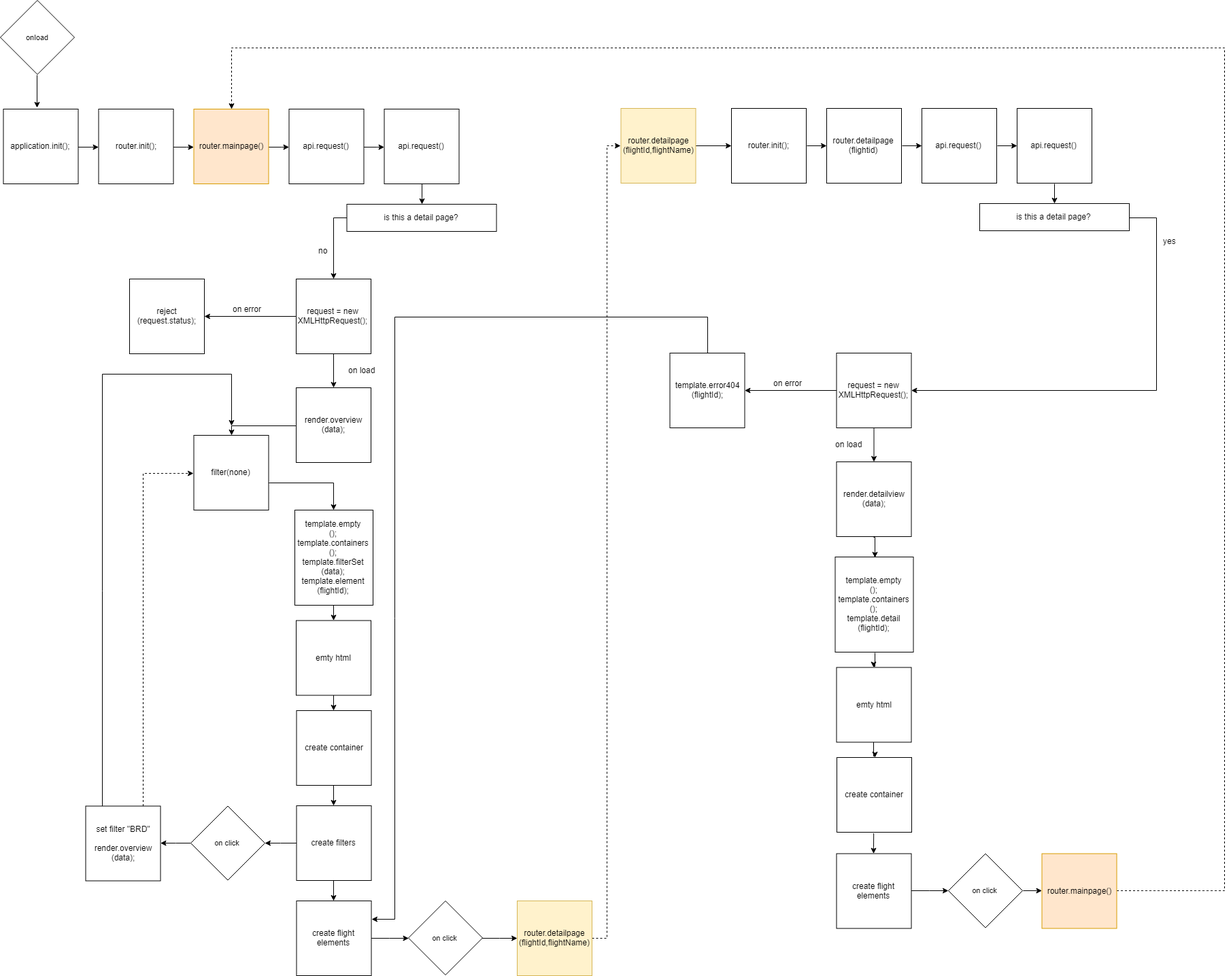
stijn-aa/stijn-aa.github.io keeps this draw.io diagram as week2/Untitled Diagram.png. Above is the earlier version. Source tidied: cells renumbered, new cells last; positions are measured from the earlier drawing's top-left corner, leaving out a move shared by most shapes.
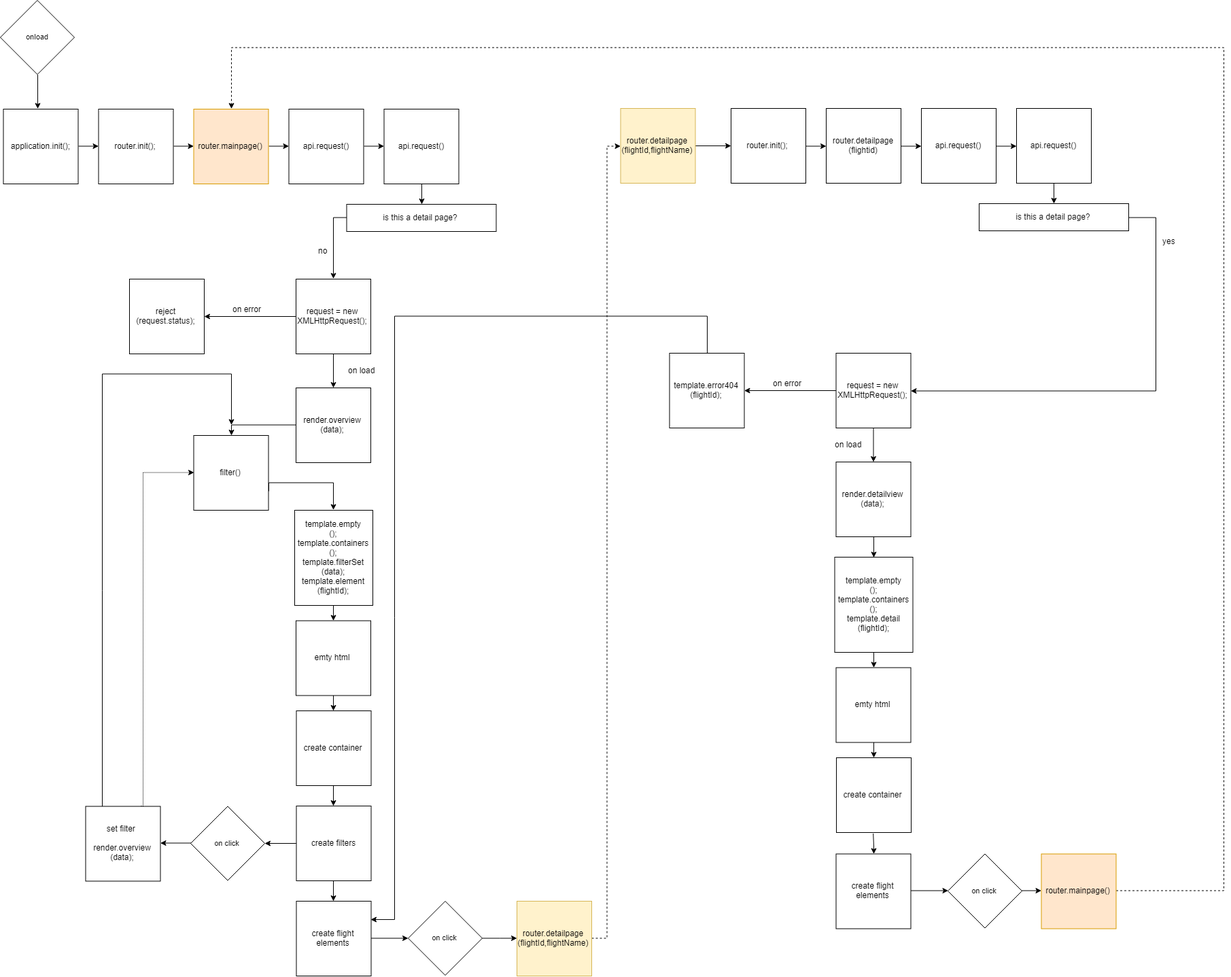
The same file after the commit.

The edit, as a diff of the source:
```diff
@@ -229,7 +229,7 @@
     <mxCell id="70" value="&lt;div&gt;router.detailpage&lt;/div&gt;&lt;div&gt;(flightId,flightName)&lt;/div&gt;" style="whiteSpace=wrap;html=1;fillColor=#fff2cc;strokeColor=#d6b656;" parent="1" vertex="1">
       <mxGeometry x="760" y="1325" width="110" height="110" as="geometry" />
     </mxCell>
-    <mxCell id="71" style="edgeStyle=orthogonalEdgeStyle;rounded=0;jettySize=auto;html=1;entryX=0;entryY=0.5;entryDx=0;entryDy=0;dashed=1;" parent="1" edge="1" source="73" target="75">
+    <mxCell id="71" style="edgeStyle=orthogonalEdgeStyle;rounded=0;jettySize=auto;html=1;entryX=0;entryY=0.5;entryDx=0;entryDy=0;dashed=1;dashPattern=1 1;" parent="1" edge="1" source="73" target="75">
       <mxGeometry relative="1" as="geometry">
         <Array as="points">
           <mxPoint x="210" y="695" />
@@ -247,7 +247,7 @@
         </Array>
       </mxGeometry>
     </mxCell>
-    <mxCell id="73" value="&lt;div&gt;set filter &quot;BRD&quot;&lt;/div&gt;&lt;div&gt;&lt;br&gt;&lt;/div&gt;&lt;div&gt;render.overview&lt;/div&gt;&lt;div&gt;(data);&lt;br&gt;&lt;/div&gt;" style="whiteSpace=wrap;html=1;" parent="1" vertex="1">
+    <mxCell id="73" value="&lt;div&gt;set filter&amp;nbsp;&lt;/div&gt;&lt;div&gt;&lt;br&gt;&lt;/div&gt;&lt;div&gt;render.overview&lt;/div&gt;&lt;div&gt;(data);&lt;br&gt;&lt;/div&gt;" style="whiteSpace=wrap;html=1;" parent="1" vertex="1">
       <mxGeometry x="125.5" y="1185.5" width="110" height="110" as="geometry" />
     </mxCell>
     <mxCell id="74" style="edgeStyle=orthogonalEdgeStyle;rounded=0;jettySize=auto;html=1;exitX=1;exitY=0.75;exitDx=0;exitDy=0;entryX=0.5;entryY=0;entryDx=0;entryDy=0;" parent="1" edge="1" source="75" target="28">
@@ -258,7 +258,7 @@
         </Array>
       </mxGeometry>
     </mxCell>
-    <mxCell id="75" value="&lt;div&gt;filter(none)&lt;/div&gt;" style="whiteSpace=wrap;html=1;" parent="1" vertex="1">
+    <mxCell id="75" value="&lt;div&gt;filter()&lt;/div&gt;" style="whiteSpace=wrap;html=1;" parent="1" vertex="1">
       <mxGeometry x="284.5" y="640" width="110" height="110" as="geometry" />
     </mxCell>
     <mxCell id="76" value="yes" style="text;html=1;align=left;verticalAlign=top;spacingTop=-4;" parent="1" vertex="1">
```
